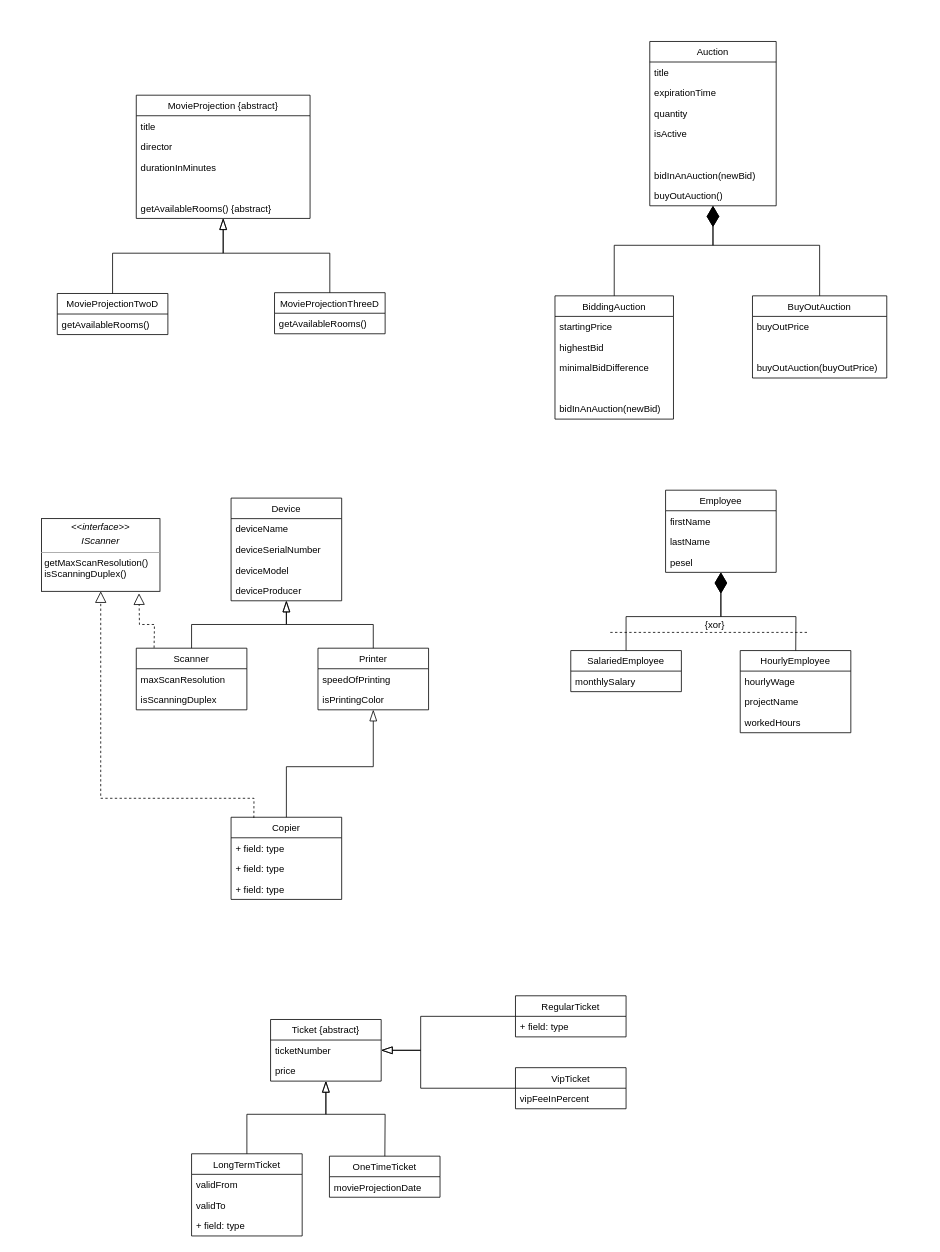
Before: MAS/MP03/MAS_MP3.drawio in Billith/Academic, a draw.io diagram. Source tidied: cells renumbered, new cells numbered last; positions are measured from the earlier drawing's top-left corner, leaving out a move shared by most shapes. Both pictures are drawn from the tidied source at 79%, with x=0, y=0 at pixel (41, 41).
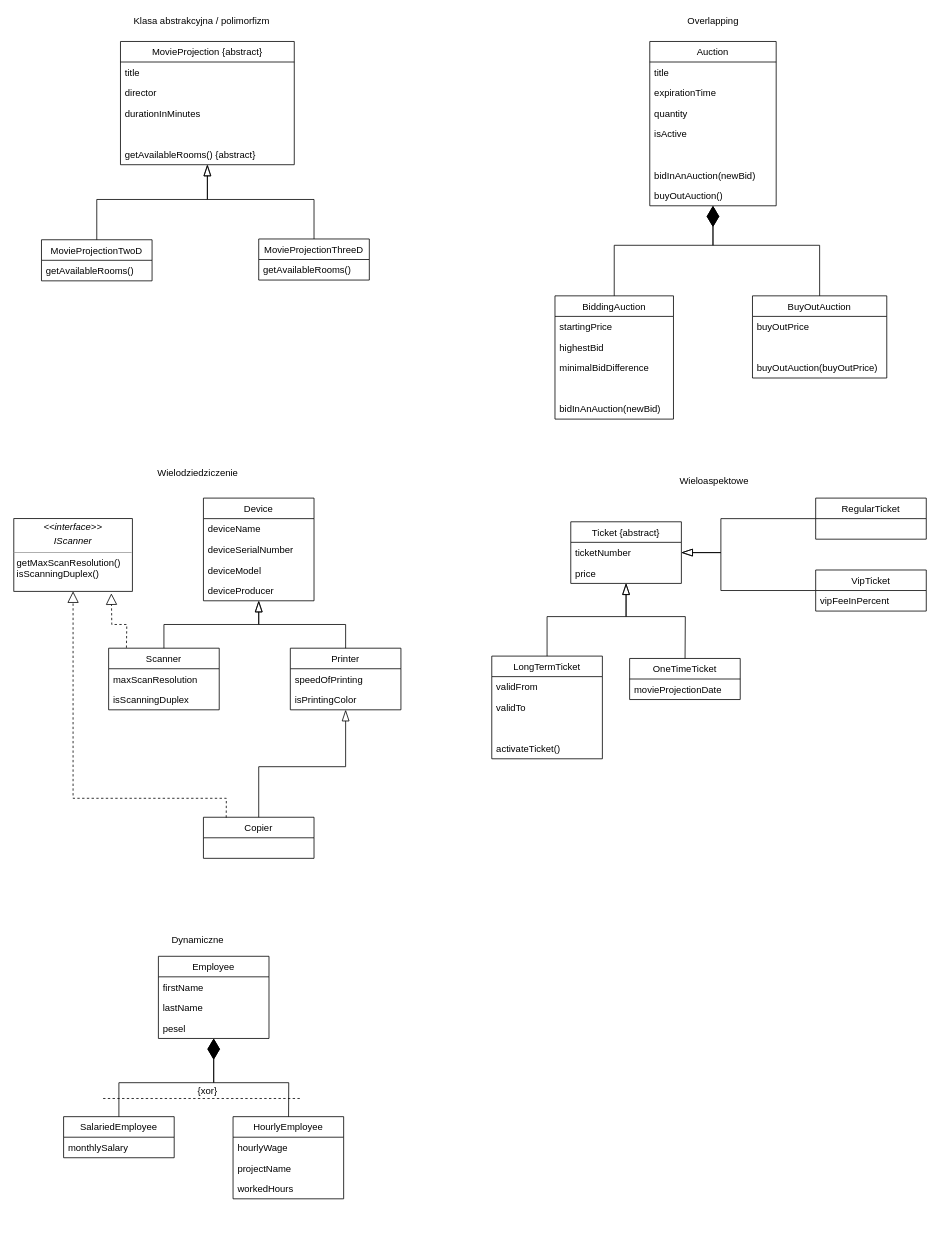
The same diagram, later.

The change refers to these unchanged cells:
```xml
<mxCell id="7" value="getAvailableRooms() {abstract}" style="text;strokeColor=none;fillColor=none;align=left;verticalAlign=top;spacingLeft=4;spacingRight=4;overflow=hidden;points=[[0,0.5],[1,0.5]];portConstraint=eastwest;" parent="2" vertex="1">
  <mxGeometry y="130" width="220" height="26" as="geometry" />
</mxCell>
<mxCell id="36" value="deviceProducer" style="text;strokeColor=none;fillColor=none;align=left;verticalAlign=top;spacingLeft=4;spacingRight=4;overflow=hidden;points=[[0,0.5],[1,0.5]];portConstraint=eastwest;" parent="32" vertex="1">
  <mxGeometry y="104" width="140" height="26" as="geometry" />
</mxCell>
<mxCell id="42" value="isPrintingColor" style="text;strokeColor=none;fillColor=none;align=left;verticalAlign=top;spacingLeft=4;spacingRight=4;overflow=hidden;points=[[0,0.5],[1,0.5]];portConstraint=eastwest;" parent="40" vertex="1">
  <mxGeometry y="52" width="140" height="26" as="geometry" />
</mxCell>
```

What changed in the source:
```diff
@@
     <mxCell id="2" value="MovieProjection {abstract}" style="swimlane;fontStyle=0;horizontal=1;startSize=26;fillColor=none;" parent="1" vertex="1">
-      <mxGeometry x="120" y="68" width="220" height="156" as="geometry" />
+      <mxGeometry x="100" width="220" height="156" as="geometry" />
     </mxCell>
@@
     <mxCell id="8" value="MovieProjectionThreeD" style="swimlane;fontStyle=0;horizontal=1;startSize=26;fillColor=none;" parent="1" vertex="1">
-      <mxGeometry x="295" y="318" width="140" height="52" as="geometry" />
+      <mxGeometry x="275" y="250" width="140" height="52" as="geometry" />
     </mxCell>
@@
     <mxCell id="10" value="MovieProjectionTwoD" style="swimlane;fontStyle=0;horizontal=1;startSize=26;fillColor=none;" parent="1" vertex="1">
-      <mxGeometry x="20" y="319" width="140" height="52" as="geometry" />
+      <mxGeometry y="251" width="140" height="52" as="geometry" />
     </mxCell>
@@
     <mxCell id="32" value="Device" style="swimlane;fontStyle=0;horizontal=1;startSize=26;fillColor=none;" parent="1" vertex="1">
-      <mxGeometry x="240" y="578" width="140" height="130" as="geometry" />
+      <mxGeometry x="205" y="578" width="140" height="130" as="geometry" />
     </mxCell>
@@
     <mxCell id="37" value="Scanner" style="swimlane;fontStyle=0;horizontal=1;startSize=26;fillColor=none;" parent="1" vertex="1">
-      <mxGeometry x="120" y="768" width="140" height="78" as="geometry" />
+      <mxGeometry x="85" y="768" width="140" height="78" as="geometry" />
     </mxCell>
@@
     <mxCell id="40" value="Printer" style="swimlane;fontStyle=0;horizontal=1;startSize=26;fillColor=none;" parent="1" vertex="1">
-      <mxGeometry x="350" y="768" width="140" height="78" as="geometry" />
+      <mxGeometry x="315" y="768" width="140" height="78" as="geometry" />
     </mxCell>
@@
     <mxCell id="43" value="Copier" style="swimlane;fontStyle=0;horizontal=1;startSize=26;fillColor=none;" parent="1" vertex="1">
-      <mxGeometry x="240" y="982" width="140" height="104" as="geometry" />
+      <mxGeometry x="205" y="982" width="140" height="52" as="geometry" />
     </mxCell>
-    <mxCell id="44" value="+ field: type" style="text;strokeColor=none;fillColor=none;align=left;verticalAlign=top;spacingLeft=4;spacingRight=4;overflow=hidden;" parent="43" vertex="1">
-      <mxGeometry y="26" width="140" height="26" as="geometry" />
-    </mxCell>
-    <mxCell id="45" value="+ field: type" style="text;strokeColor=none;fillColor=none;align=left;verticalAlign=top;spacingLeft=4;spacingRight=4;overflow=hidden;" parent="43" vertex="1">
-      <mxGeometry y="52" width="140" height="26" as="geometry" />
-    </mxCell>
-    <mxCell id="46" value="+ field: type" style="text;strokeColor=none;fillColor=none;align=left;verticalAlign=top;spacingLeft=4;spacingRight=4;overflow=hidden;" parent="43" vertex="1">
-      <mxGeometry y="78" width="140" height="26" as="geometry" />
-    </mxCell>
     <mxCell id="47" style="endArrow=blockThin;endFill=0;endSize=12;html=1;rounded=0;" parent="1" edge="1" source="37" target="36">
       <mxGeometry relative="1" as="geometry">
         <Array as="points">
-          <mxPoint x="190" y="738" />
-          <mxPoint x="310" y="738" />
+          <mxPoint x="155" y="738" />
+          <mxPoint x="275" y="738" />
         </Array>
       </mxGeometry>
     </mxCell>
     <mxCell id="48" style="endArrow=blockThin;endFill=0;endSize=12;html=1;rounded=0;" parent="1" edge="1" source="40" target="36">
       <mxGeometry relative="1" as="geometry">
         <Array as="points">
-          <mxPoint x="420" y="738" />
-          <mxPoint x="310" y="738" />
+          <mxPoint x="385" y="738" />
+          <mxPoint x="275" y="738" />
         </Array>
       </mxGeometry>
     </mxCell>
     <mxCell id="49" style="endArrow=blockThin;endFill=0;endSize=12;html=1;rounded=0;" parent="1" edge="1" source="8" target="7">
       <mxGeometry relative="1" as="geometry">
         <Array as="points">
-          <mxPoint x="365" y="268" />
-          <mxPoint x="230" y="268" />
+          <mxPoint x="345" y="200" />
+          <mxPoint x="210" y="200" />
         </Array>
       </mxGeometry>
     </mxCell>
     <mxCell id="50" style="endArrow=blockThin;endFill=0;endSize=12;html=1;rounded=0;" parent="1" edge="1" source="10" target="7">
       <mxGeometry relative="1" as="geometry">
         <Array as="points">
-          <mxPoint x="90" y="268" />
-          <mxPoint x="230" y="268" />
+          <mxPoint x="70" y="200" />
+          <mxPoint x="210" y="200" />
         </Array>
       </mxGeometry>
     </mxCell>
     <mxCell id="51" value="&lt;p style=&quot;margin: 0px ; margin-top: 4px ; text-align: center&quot;&gt;&lt;i&gt;&amp;lt;&amp;lt;interface&amp;gt;&amp;gt;&lt;/i&gt;&lt;/p&gt;&lt;p style=&quot;margin: 0px ; margin-top: 4px ; text-align: center&quot;&gt;&lt;i&gt;IScanner&lt;/i&gt;&lt;/p&gt;&lt;hr size=&quot;1&quot;&gt;&lt;p style=&quot;margin: 0px ; margin-left: 4px&quot;&gt;getMaxScanResolution()&lt;br&gt;isScanningDuplex()&lt;/p&gt;" style="verticalAlign=top;align=left;overflow=fill;fontSize=12;fontFamily=Helvetica;html=1;" parent="1" vertex="1">
-      <mxGeometry y="604" width="150" height="92" as="geometry" />
+      <mxGeometry x="-35" y="604" width="150" height="92" as="geometry" />
     </mxCell>
     <mxCell id="52" style="endArrow=blockThin;endFill=0;endSize=12;html=1;rounded=0;" parent="1" edge="1" source="43" target="42">
       <mxGeometry relative="1" as="geometry">
         <Array as="points">
-          <mxPoint x="310" y="918" />
-          <mxPoint x="420" y="918" />
+          <mxPoint x="275" y="918" />
+          <mxPoint x="385" y="918" />
         </Array>
       </mxGeometry>
     </mxCell>
     <mxCell id="53" style="endArrow=block;dashed=1;endFill=0;endSize=12;html=1;rounded=0;exitX=0.206;exitY=0.008;exitDx=0;exitDy=0;exitPerimeter=0;" parent="1" edge="1" source="43" target="51">
       <mxGeometry relative="1" as="geometry">
         <Array as="points">
-          <mxPoint x="269" y="958" />
-          <mxPoint x="75" y="958" />
+          <mxPoint x="234" y="958" />
+          <mxPoint x="40" y="958" />
         </Array>
       </mxGeometry>
     </mxCell>
     <mxCell id="54" style="endArrow=block;dashed=1;endFill=0;endSize=12;html=1;rounded=0;exitX=0.161;exitY=-0.006;exitDx=0;exitDy=0;exitPerimeter=0;entryX=0.823;entryY=1.028;entryDx=0;entryDy=0;entryPerimeter=0;" parent="1" edge="1" source="37" target="51">
       <mxGeometry relative="1" as="geometry">
         <Array as="points">
-          <mxPoint x="143" y="738" />
-          <mxPoint x="124" y="738" />
+          <mxPoint x="108" y="738" />
+          <mxPoint x="89" y="738" />
         </Array>
       </mxGeometry>
     </mxCell>
     <mxCell id="55" value="Employee" style="swimlane;fontStyle=0;horizontal=1;startSize=26;fillColor=none;" parent="1" vertex="1">
-      <mxGeometry x="790" y="568" width="140" height="104" as="geometry" />
+      <mxGeometry x="148" y="1158" width="140" height="104" as="geometry" />
     </mxCell>
@@
     <mxCell id="59" value="HourlyEmployee" style="swimlane;fontStyle=0;horizontal=1;startSize=26;fillColor=none;" parent="1" vertex="1">
-      <mxGeometry x="884.5" y="771" width="140" height="104" as="geometry" />
+      <mxGeometry x="242.5" y="1361" width="140" height="104" as="geometry" />
     </mxCell>
@@
     <mxCell id="63" value="SalariedEmployee" style="swimlane;fontStyle=0;horizontal=1;startSize=26;fillColor=none;" parent="1" vertex="1">
-      <mxGeometry x="670" y="771" width="140" height="52" as="geometry" />
+      <mxGeometry x="28" y="1361" width="140" height="52" as="geometry" />
     </mxCell>
@@
     <mxCell id="65" style="endArrow=diamondThin;endFill=1;endSize=24;html=1;rounded=0;" parent="1" edge="1" source="63" target="55">
       <mxGeometry relative="1" as="geometry">
         <Array as="points">
-          <mxPoint x="740" y="728" />
-          <mxPoint x="860" y="728" />
+          <mxPoint x="98" y="1318" />
+          <mxPoint x="218" y="1318" />
         </Array>
       </mxGeometry>
     </mxCell>
     <mxCell id="66" style="endArrow=diamondThin;endFill=1;endSize=24;html=1;rounded=0;" parent="1" edge="1" source="59" target="55">
       <mxGeometry relative="1" as="geometry">
         <Array as="points">
-          <mxPoint x="955" y="728" />
-          <mxPoint x="860" y="728" />
+          <mxPoint x="313" y="1318" />
+          <mxPoint x="218" y="1318" />
         </Array>
       </mxGeometry>
     </mxCell>
     <mxCell id="67" style="endArrow=none;startArrow=none;endFill=0;startFill=0;html=1;dashed=1;" parent="1" edge="1">
       <mxGeometry relative="1" as="geometry">
-        <mxPoint x="720" y="748" as="sourcePoint" />
-        <mxPoint x="970" y="748" as="targetPoint" />
+        <mxPoint x="78" y="1338" as="sourcePoint" />
+        <mxPoint x="328" y="1338" as="targetPoint" />
       </mxGeometry>
     </mxCell>
@@
     <mxCell id="69" value="Ticket {abstract}" style="swimlane;fontStyle=0;horizontal=1;startSize=26;fillColor=none;" parent="1" vertex="1">
-      <mxGeometry x="290" y="1238" width="140" height="78" as="geometry" />
+      <mxGeometry x="670" y="608" width="140" height="78" as="geometry" />
     </mxCell>
@@
     <mxCell id="72" value="RegularTicket" style="swimlane;fontStyle=0;horizontal=1;startSize=26;fillColor=none;" parent="1" vertex="1">
-      <mxGeometry x="600" y="1208" width="140" height="52" as="geometry" />
+      <mxGeometry x="980" y="578" width="140" height="52" as="geometry" />
     </mxCell>
-    <mxCell id="73" value="+ field: type" style="text;strokeColor=none;fillColor=none;align=left;verticalAlign=top;spacingLeft=4;spacingRight=4;overflow=hidden;" parent="72" vertex="1">
-      <mxGeometry y="26" width="140" height="26" as="geometry" />
-    </mxCell>
     <mxCell id="74" value="VipTicket" style="swimlane;fontStyle=0;horizontal=1;startSize=26;fillColor=none;" parent="1" vertex="1">
-      <mxGeometry x="600" y="1299" width="140" height="52" as="geometry" />
+      <mxGeometry x="980" y="669" width="140" height="52" as="geometry" />
     </mxCell>
@@
     <mxCell id="76" value="LongTermTicket" style="swimlane;fontStyle=0;horizontal=1;startSize=26;fillColor=none;" parent="1" vertex="1">
-      <mxGeometry x="190" y="1408" width="140" height="104" as="geometry" />
+      <mxGeometry x="570" y="778" width="140" height="130" as="geometry" />
     </mxCell>
@@
-    <mxCell id="79" value="+ field: type" style="text;strokeColor=none;fillColor=none;align=left;verticalAlign=top;spacingLeft=4;spacingRight=4;overflow=hidden;" parent="76" vertex="1">
+    <mxCell id="79" value=" &#10;" style="text;strokeColor=none;fillColor=none;align=left;verticalAlign=top;spacingLeft=4;spacingRight=4;overflow=hidden;" parent="76" vertex="1">
       <mxGeometry y="78" width="140" height="26" as="geometry" />
     </mxCell>
+    <mxCell id="86" value="activateTicket()&#10;" style="text;strokeColor=none;fillColor=none;align=left;verticalAlign=top;spacingLeft=4;spacingRight=4;overflow=hidden;" parent="76" vertex="1">
+      <mxGeometry y="104" width="140" height="26" as="geometry" />
+    </mxCell>
     <mxCell id="80" value="OneTimeTicket" style="swimlane;fontStyle=0;horizontal=1;startSize=26;fillColor=none;" parent="1" vertex="1">
-      <mxGeometry x="364.5" y="1411" width="140" height="52" as="geometry" />
+      <mxGeometry x="744.5" y="781" width="140" height="52" as="geometry" />
     </mxCell>
@@
     <mxCell id="82" style="endArrow=blockThin;endFill=0;endSize=12;html=1;rounded=0;" parent="1" edge="1" source="72" target="69">
       <mxGeometry relative="1" as="geometry">
         <Array as="points">
-          <mxPoint x="480" y="1234" />
-          <mxPoint x="480" y="1277" />
+          <mxPoint x="860" y="604" />
+          <mxPoint x="860" y="647" />
         </Array>
       </mxGeometry>
     </mxCell>
     <mxCell id="83" style="endArrow=blockThin;endFill=0;endSize=12;html=1;rounded=0;" parent="1" edge="1" source="74" target="69">
       <mxGeometry relative="1" as="geometry">
         <Array as="points">
-          <mxPoint x="480" y="1325" />
-          <mxPoint x="480" y="1277" />
+          <mxPoint x="860" y="695" />
+          <mxPoint x="860" y="647" />
         </Array>
       </mxGeometry>
     </mxCell>
     <mxCell id="84" style="endArrow=blockThin;endFill=0;endSize=12;html=1;rounded=0;" parent="1" edge="1" source="76" target="69">
       <mxGeometry relative="1" as="geometry">
         <Array as="points">
-          <mxPoint x="260" y="1358" />
-          <mxPoint x="360" y="1358" />
+          <mxPoint x="640" y="728" />
+          <mxPoint x="740" y="728" />
         </Array>
       </mxGeometry>
     </mxCell>
     <mxCell id="85" style="endArrow=blockThin;endFill=0;endSize=12;html=1;rounded=0;" parent="1" edge="1" source="80" target="69">
       <mxGeometry relative="1" as="geometry">
         <Array as="points">
-          <mxPoint x="435" y="1358" />
-          <mxPoint x="360" y="1358" />
+          <mxPoint x="815" y="728" />
+          <mxPoint x="740" y="728" />
         </Array>
       </mxGeometry>
     </mxCell>
+    <mxCell id="87" value="Klasa abstrakcyjna / polimorfizm" style="text;html=1;align=left;verticalAlign=top;spacingTop=-4;" parent="1" vertex="1">
+      <mxGeometry x="115" y="-35" width="190" height="20" as="geometry" />
+    </mxCell>
+    <mxCell id="88" value="Overlapping" style="text;html=1;align=left;verticalAlign=top;spacingTop=-4;" parent="1" vertex="1">
+      <mxGeometry x="815.5" y="-35" width="80" height="20" as="geometry" />
+    </mxCell>
+    <mxCell id="89" value="Wielodziedziczenie" style="text;html=1;align=left;verticalAlign=top;spacingTop=-4;" parent="1" vertex="1">
+      <mxGeometry x="145" y="537" width="120" height="20" as="geometry" />
+    </mxCell>
+    <mxCell id="90" value="Wieloaspektowe" style="text;html=1;align=left;verticalAlign=top;spacingTop=-4;" parent="1" vertex="1">
+      <mxGeometry x="805.5" y="547" width="100" height="20" as="geometry" />
+    </mxCell>
+    <mxCell id="91" value="Dynamiczne" style="text;html=1;align=left;verticalAlign=top;spacingTop=-4;" parent="1" vertex="1">
+      <mxGeometry x="162.5" y="1128" width="80" height="20" as="geometry" />
+    </mxCell>
```
